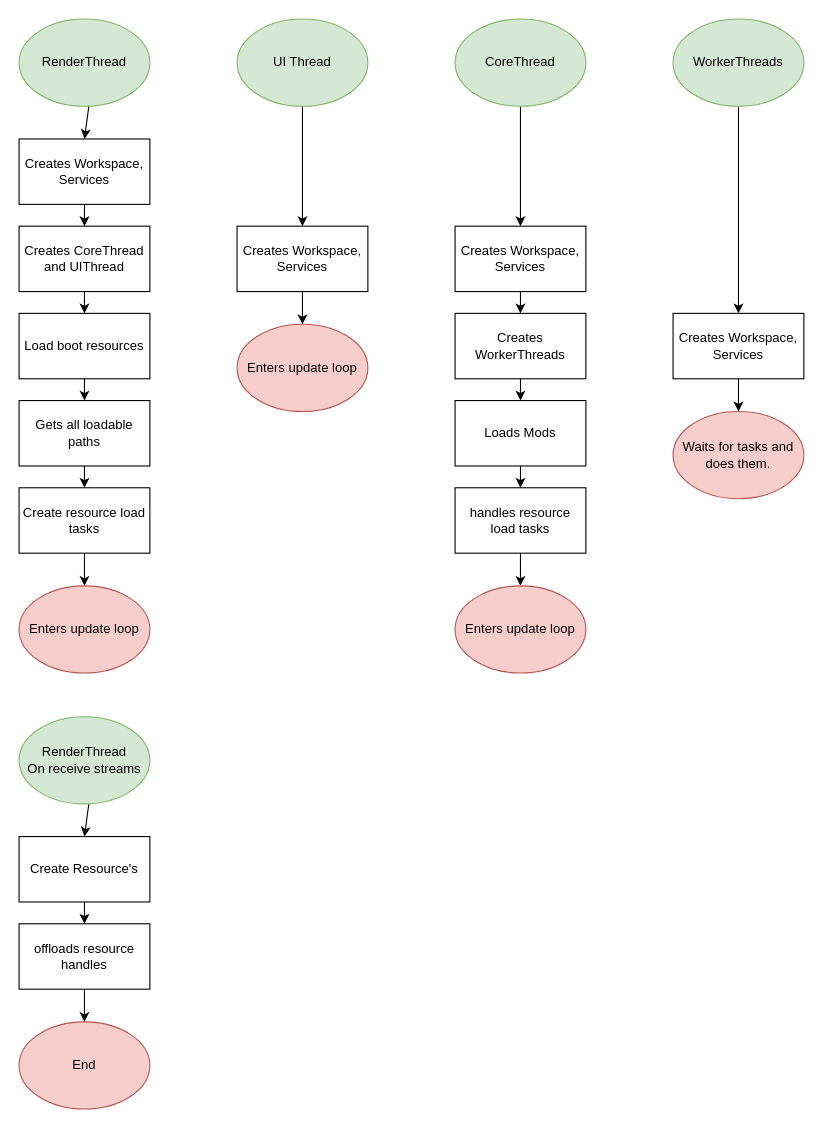
Earlier version of the draw.io diagram docs/SystemDocs/InitializationArchitecture.drawio (mardanPolis/Luminix). Source tidied: cells renumbered, new cells numbered last; positions are measured from the earlier drawing's top-left corner, leaving out a move shared by most shapes. Both pictures are drawn from the tidied source at 109%, with x=0, y=0 at pixel (19, 19).
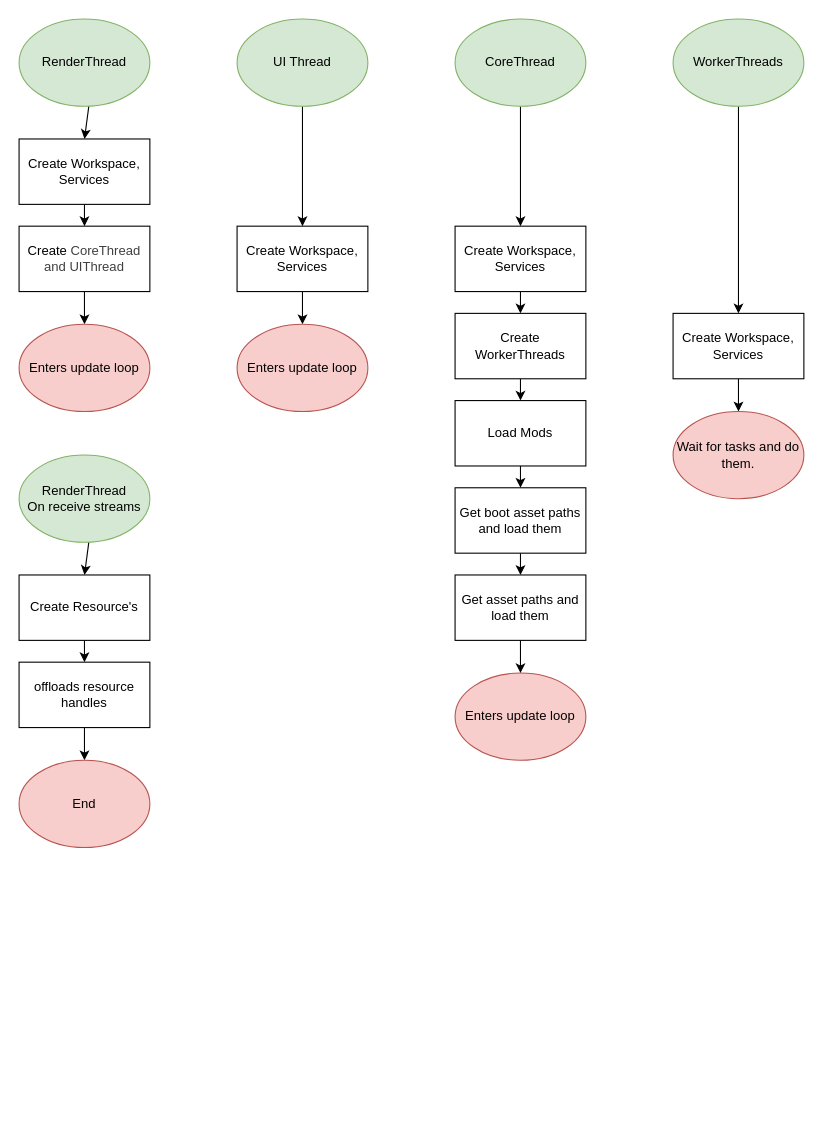
Above is the later version.

Commit message:
updated initialization architecture

Diff of the diagram source:
```diff
@@
-    <mxCell id="7" value="Creates Workspace, Services" style="rounded=0;whiteSpace=wrap;html=1;" parent="1" vertex="1">
+    <mxCell id="7" value="Create Workspace, Services" style="rounded=0;whiteSpace=wrap;html=1;" parent="1" vertex="1">
       <mxGeometry x="400" y="190" width="120" height="60" as="geometry" />
     </mxCell>
@@
-    <mxCell id="9" value="Creates Workspace, Services" style="rounded=0;whiteSpace=wrap;html=1;" parent="1" vertex="1">
+    <mxCell id="9" value="Create Workspace, Services" style="rounded=0;whiteSpace=wrap;html=1;" parent="1" vertex="1">
       <mxGeometry y="110" width="120" height="60" as="geometry" />
     </mxCell>
@@
-    <mxCell id="13" value="Creates Workspace, Services" style="rounded=0;whiteSpace=wrap;html=1;" parent="1" vertex="1">
+    <mxCell id="13" value="Create Workspace, Services" style="rounded=0;whiteSpace=wrap;html=1;" parent="1" vertex="1">
       <mxGeometry x="600" y="270" width="120" height="60" as="geometry" />
     </mxCell>
@@
-    <mxCell id="15" value="Creates WorkerThreads" style="rounded=0;whiteSpace=wrap;html=1;" parent="1" vertex="1">
+    <mxCell id="15" value="Create WorkerThreads" style="rounded=0;whiteSpace=wrap;html=1;" parent="1" vertex="1">
       <mxGeometry x="400" y="270" width="120" height="60" as="geometry" />
     </mxCell>
-    <mxCell id="16" style="edgeStyle=none;html=1;entryX=0.5;entryY=0;entryDx=0;entryDy=0;" parent="1" edge="1" source="17" target="42">
-      <mxGeometry relative="1" as="geometry" />
-    </mxCell>
+    <mxCell id="43" style="edgeStyle=none;html=1;entryX=0.5;entryY=0;entryDx=0;entryDy=0;" parent="1" edge="1" source="17" target="18">
+      <mxGeometry relative="1" as="geometry" />
+    </mxCell>
-    <mxCell id="17" value="Creates CoreThread and UIThread" style="rounded=0;whiteSpace=wrap;html=1;" parent="1" vertex="1">
+    <mxCell id="17" value="Create&lt;span style=&quot;color: rgb(63, 63, 63); background-color: transparent;&quot;&gt;&amp;nbsp;CoreThread and UIThread&lt;/span&gt;" style="rounded=0;whiteSpace=wrap;html=1;" parent="1" vertex="1">
       <mxGeometry y="190" width="120" height="60" as="geometry" />
     </mxCell>
     <mxCell id="18" value="Enters update loop" style="ellipse;whiteSpace=wrap;html=1;fillColor=#f8cecc;strokeColor=#b85450;" parent="1" vertex="1">
-      <mxGeometry y="520" width="120" height="80" as="geometry" />
+      <mxGeometry y="280" width="120" height="80" as="geometry" />
     </mxCell>
@@
-    <mxCell id="22" value="Creates Workspace, Services" style="rounded=0;whiteSpace=wrap;html=1;" parent="1" vertex="1">
+    <mxCell id="22" value="Create Workspace, Services" style="rounded=0;whiteSpace=wrap;html=1;" parent="1" vertex="1">
       <mxGeometry x="200" y="190" width="120" height="60" as="geometry" />
     </mxCell>
@@
-    <mxCell id="24" style="edgeStyle=none;html=1;entryX=0.5;entryY=0;entryDx=0;entryDy=0;" parent="1" edge="1" source="25" target="27">
-      <mxGeometry relative="1" as="geometry" />
-    </mxCell>
+    <mxCell id="44" style="edgeStyle=none;html=1;entryX=0.5;entryY=0;entryDx=0;entryDy=0;" parent="1" edge="1" source="25" target="46">
+      <mxGeometry relative="1" as="geometry" />
+    </mxCell>
-    <mxCell id="25" value="Loads Mods" style="rounded=0;whiteSpace=wrap;html=1;" parent="1" vertex="1">
+    <mxCell id="25" value="Load Mods" style="rounded=0;whiteSpace=wrap;html=1;" parent="1" vertex="1">
       <mxGeometry x="400" y="350" width="120" height="60" as="geometry" />
     </mxCell>
-    <mxCell id="26" style="edgeStyle=none;html=1;entryX=0.5;entryY=0;entryDx=0;entryDy=0;" parent="1" edge="1" source="27" target="28">
-      <mxGeometry relative="1" as="geometry" />
-    </mxCell>
-    <mxCell id="27" value="handles resource load tasks" style="rounded=0;whiteSpace=wrap;html=1;" parent="1" vertex="1">
-      <mxGeometry x="400" y="430" width="120" height="60" as="geometry" />
-    </mxCell>
     <mxCell id="28" value="Enters update loop" style="ellipse;whiteSpace=wrap;html=1;fillColor=#f8cecc;strokeColor=#b85450;" parent="1" vertex="1">
-      <mxGeometry x="400" y="520" width="120" height="80" as="geometry" />
+      <mxGeometry x="400" y="600" width="120" height="80" as="geometry" />
     </mxCell>
-    <mxCell id="29" value="Waits for tasks and does them." style="ellipse;whiteSpace=wrap;html=1;fillColor=#f8cecc;strokeColor=#b85450;" parent="1" vertex="1">
+    <mxCell id="29" value="Wait for tasks and do them." style="ellipse;whiteSpace=wrap;html=1;fillColor=#f8cecc;strokeColor=#b85450;" parent="1" vertex="1">
       <mxGeometry x="600" y="360" width="120" height="80" as="geometry" />
     </mxCell>
@@
     <mxCell id="31" value="RenderThread&lt;br&gt;On receive streams" style="ellipse;whiteSpace=wrap;html=1;fillColor=#d5e8d4;strokeColor=#82b366;" parent="1" vertex="1">
-      <mxGeometry y="640" width="120" height="80" as="geometry" />
+      <mxGeometry y="400" width="120" height="80" as="geometry" />
     </mxCell>
@@
     <mxCell id="33" value="offloads resource handles" style="rounded=0;whiteSpace=wrap;html=1;" parent="1" vertex="1">
-      <mxGeometry y="830" width="120" height="60" as="geometry" />
+      <mxGeometry y="590" width="120" height="60" as="geometry" />
     </mxCell>
     <mxCell id="34" value="End" style="ellipse;whiteSpace=wrap;html=1;fillColor=#f8cecc;strokeColor=#b85450;" parent="1" vertex="1">
-      <mxGeometry y="920" width="120" height="80" as="geometry" />
+      <mxGeometry y="680" width="120" height="80" as="geometry" />
     </mxCell>
@@
     <mxCell id="36" value="Create Resource's" style="rounded=0;whiteSpace=wrap;html=1;" parent="1" vertex="1">
-      <mxGeometry y="750" width="120" height="60" as="geometry" />
+      <mxGeometry y="510" width="120" height="60" as="geometry" />
     </mxCell>
-    <mxCell id="37" style="edgeStyle=none;html=1;entryX=0.5;entryY=0;entryDx=0;entryDy=0;" parent="1" edge="1" source="38" target="40">
-      <mxGeometry relative="1" as="geometry" />
-    </mxCell>
-    <mxCell id="38" value="Gets all loadable paths" style="rounded=0;whiteSpace=wrap;html=1;" parent="1" vertex="1">
-      <mxGeometry y="350" width="120" height="60" as="geometry" />
-    </mxCell>
-    <mxCell id="39" style="edgeStyle=none;html=1;entryX=0.5;entryY=0;entryDx=0;entryDy=0;" parent="1" edge="1" source="40" target="18">
-      <mxGeometry relative="1" as="geometry" />
-    </mxCell>
-    <mxCell id="40" value="Create resource load tasks" style="rounded=0;whiteSpace=wrap;html=1;" parent="1" vertex="1">
-      <mxGeometry y="430" width="120" height="60" as="geometry" />
-    </mxCell>
-    <mxCell id="41" style="edgeStyle=none;html=1;entryX=0.5;entryY=0;entryDx=0;entryDy=0;" parent="1" edge="1" source="42" target="38">
-      <mxGeometry relative="1" as="geometry" />
-    </mxCell>
-    <mxCell id="42" value="Load boot resources" style="rounded=0;whiteSpace=wrap;html=1;" parent="1" vertex="1">
-      <mxGeometry y="270" width="120" height="60" as="geometry" />
-    </mxCell>
+    <mxCell id="45" style="edgeStyle=none;html=1;entryX=0.5;entryY=0;entryDx=0;entryDy=0;" parent="1" edge="1" source="46" target="48">
+      <mxGeometry relative="1" as="geometry" />
+    </mxCell>
+    <mxCell id="46" value="Get boot asset paths and load them" style="rounded=0;whiteSpace=wrap;html=1;" parent="1" vertex="1">
+      <mxGeometry x="400" y="430" width="120" height="60" as="geometry" />
+    </mxCell>
+    <mxCell id="47" style="edgeStyle=none;html=1;entryX=0.5;entryY=0;entryDx=0;entryDy=0;" parent="1" edge="1" source="48" target="28">
+      <mxGeometry relative="1" as="geometry" />
+    </mxCell>
+    <mxCell id="48" value="Get asset paths and load them" style="rounded=0;whiteSpace=wrap;html=1;" parent="1" vertex="1">
+      <mxGeometry x="400" y="510" width="120" height="60" as="geometry" />
+    </mxCell>
```
